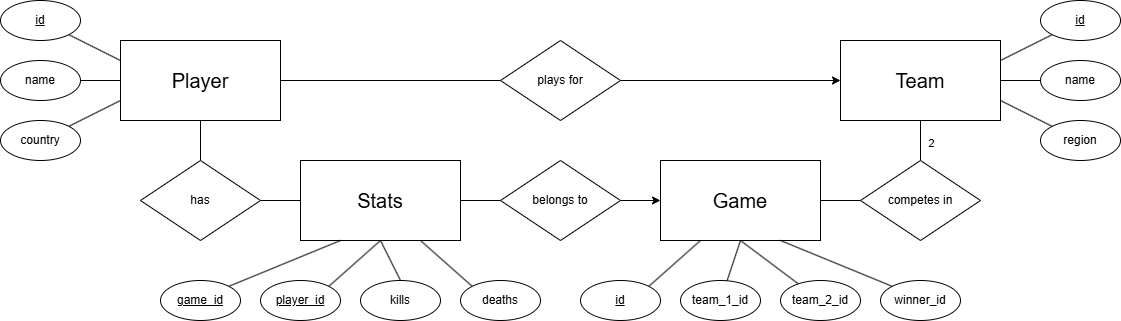
The draw.io diagram Diagram/er_esport.png in macantomato/esport-system-db, before a commit. Source tidied: cells renumbered, new cells last; positions are measured from the earlier drawing's top-left corner, leaving out a move shared by most shapes.
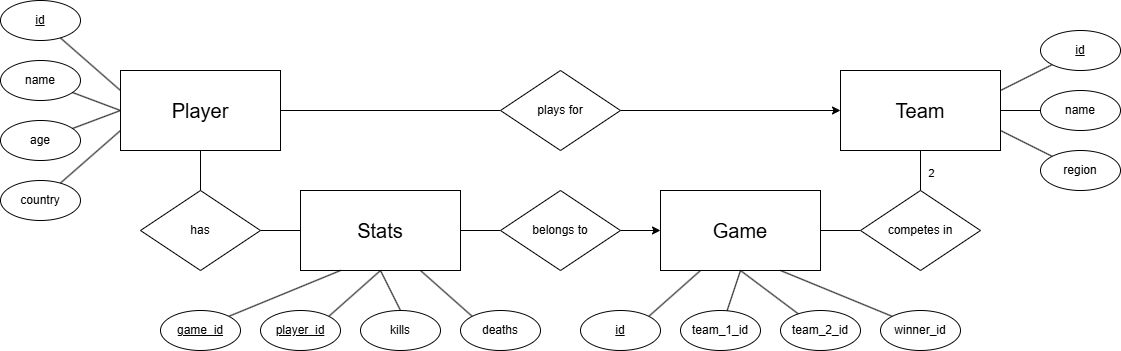
Above is the later version.

What changed in the source:
```diff
@@ -59,19 +59,19 @@
       <mxGeometry relative="1" as="geometry" />
     </mxCell>
     <mxCell id="20" value="&lt;u&gt;id&lt;/u&gt;" style="ellipse;whiteSpace=wrap;html=1;labelBackgroundColor=none;" parent="1" vertex="1">
-      <mxGeometry width="80" height="40" as="geometry" />
+      <mxGeometry y="-30" width="80" height="40" as="geometry" />
     </mxCell>
     <mxCell id="21" style="rounded=0;jettySize=auto;html=1;entryX=0;entryY=0.5;entryDx=0;entryDy=0;endArrow=none;startFill=0;labelBackgroundColor=none;fontColor=default;" parent="1" edge="1" source="22" target="4">
       <mxGeometry relative="1" as="geometry" />
     </mxCell>
     <mxCell id="22" value="name" style="ellipse;whiteSpace=wrap;html=1;labelBackgroundColor=none;" parent="1" vertex="1">
-      <mxGeometry y="60" width="80" height="40" as="geometry" />
+      <mxGeometry y="30" width="80" height="40" as="geometry" />
     </mxCell>
     <mxCell id="23" style="rounded=0;jettySize=auto;html=1;entryX=0;entryY=0.75;entryDx=0;entryDy=0;endArrow=none;startFill=0;labelBackgroundColor=none;fontColor=default;" parent="1" edge="1" source="24" target="4">
       <mxGeometry relative="1" as="geometry" />
     </mxCell>
     <mxCell id="24" value="country" style="ellipse;whiteSpace=wrap;html=1;labelBackgroundColor=none;" parent="1" vertex="1">
-      <mxGeometry y="120" width="80" height="40" as="geometry" />
+      <mxGeometry y="150" width="80" height="40" as="geometry" />
     </mxCell>
     <mxCell id="25" style="rounded=0;jettySize=auto;html=1;entryX=1;entryY=0.25;entryDx=0;entryDy=0;endArrow=none;startFill=0;labelBackgroundColor=none;fontColor=default;" parent="1" edge="1" source="26" target="5">
       <mxGeometry relative="1" as="geometry" />
@@ -141,5 +141,11 @@
     <mxCell id="46" value="deaths" style="ellipse;whiteSpace=wrap;html=1;labelBackgroundColor=none;" parent="1" vertex="1">
       <mxGeometry x="460" y="280" width="80" height="40" as="geometry" />
     </mxCell>
+    <mxCell id="47" style="rounded=0;jettySize=auto;html=1;entryX=0;entryY=0.5;entryDx=0;entryDy=0;endArrow=none;startFill=0;" parent="1" edge="1" source="48" target="4">
+      <mxGeometry relative="1" as="geometry" />
+    </mxCell>
+    <mxCell id="48" value="age" style="ellipse;whiteSpace=wrap;html=1;labelBackgroundColor=none;" parent="1" vertex="1">
+      <mxGeometry y="90" width="80" height="40" as="geometry" />
+    </mxCell>
   </root>
 </mxGraphModel>
```
